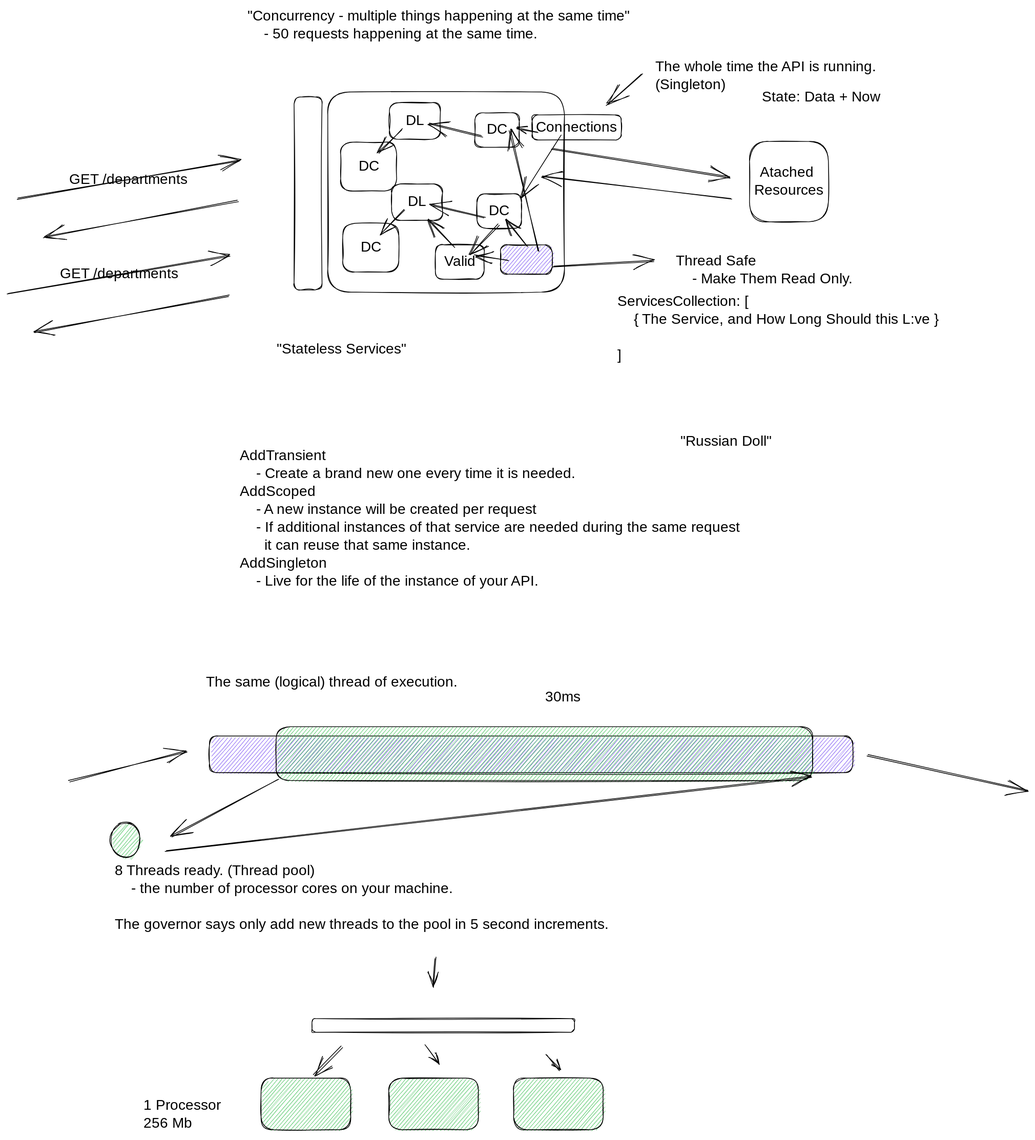
The Excalidraw diagram instructor/notes/services-and-async-await.excalidraw.svg in sscancse/webapicourse-mar-2023, before a commit. Source tidied: one line per element, renumbered; positions are measured from the earlier drawing's top-left corner, leaving out a move shared by most shapes.
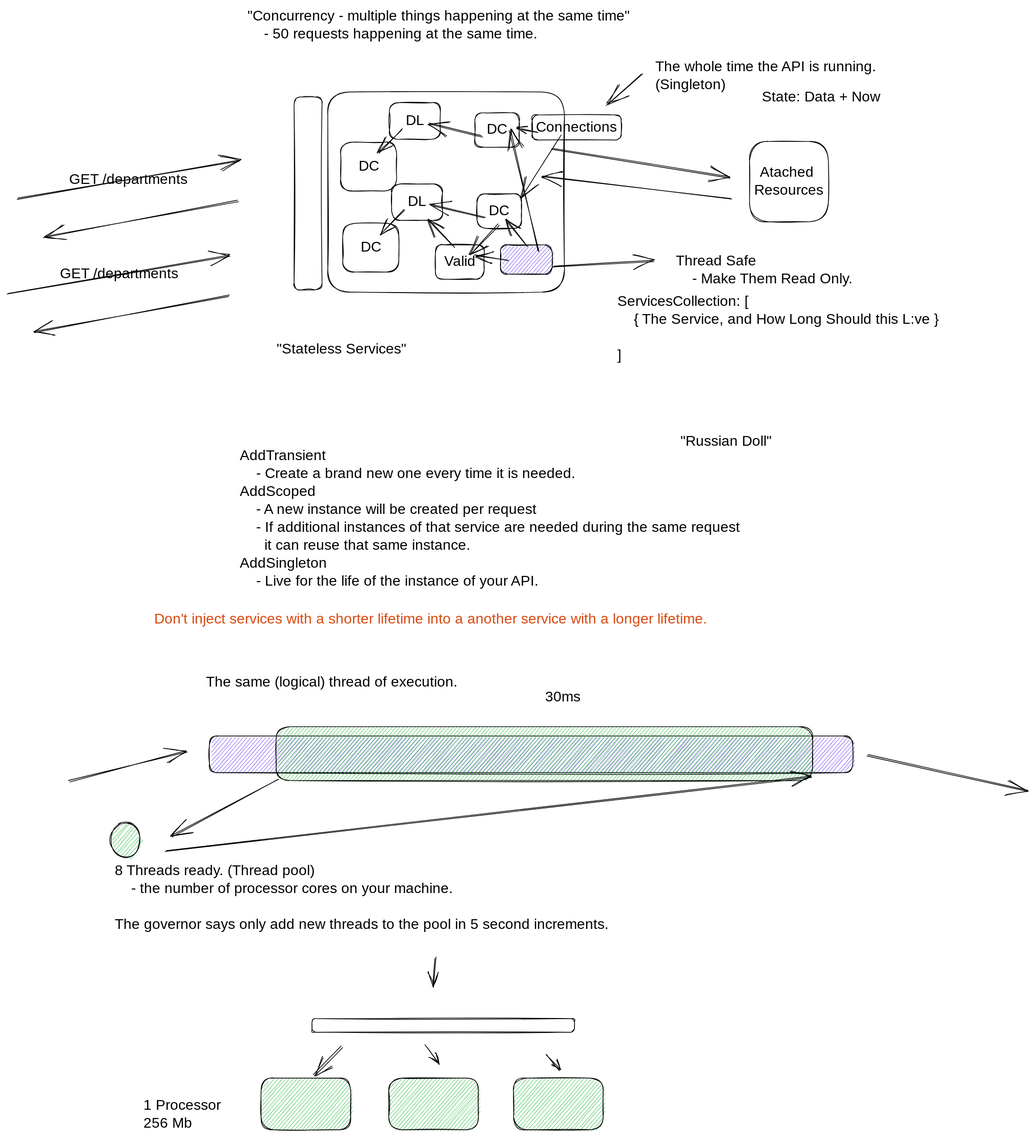
The same file after the commit.

Diff of the diagram source:
```diff
@@ -67,3 +67,4 @@
 {"id": 66, "type": "arrow", "strokeColor": "#000000", "strokeWidth": 1, "roughness": 1, "endArrowhead": "arrow", "round": true, "to": 60, "x": 465, "y": 1449, "width": 38, "height": 40, "points": [[0, 0], [-38, 40]]}
 {"id": 67, "type": "arrow", "strokeColor": "#000000", "strokeWidth": 1, "roughness": 1, "endArrowhead": "arrow", "round": true, "x": 582, "y": 1447, "width": 19, "height": 26, "points": [[0, 0], [19, 26]]}
 {"id": 68, "type": "arrow", "strokeColor": "#000000", "strokeWidth": 1, "roughness": 1, "endArrowhead": "arrow", "round": true, "to": 63, "x": 751, "y": 1460, "width": 19, "height": 22, "points": [[0, 0], [19, 22]]}
+{"id": 69, "type": "text", "text": "Don't inject services with a shorter lifetime into a another service with a longer lifetime.\n\n\n", "strokeColor": "#d9480f", "strokeWidth": 1, "roughness": 1, "fontSize": 20, "fontFamily": 1, "x": 204, "y": 841, "width": 887, "height": 100}
```
